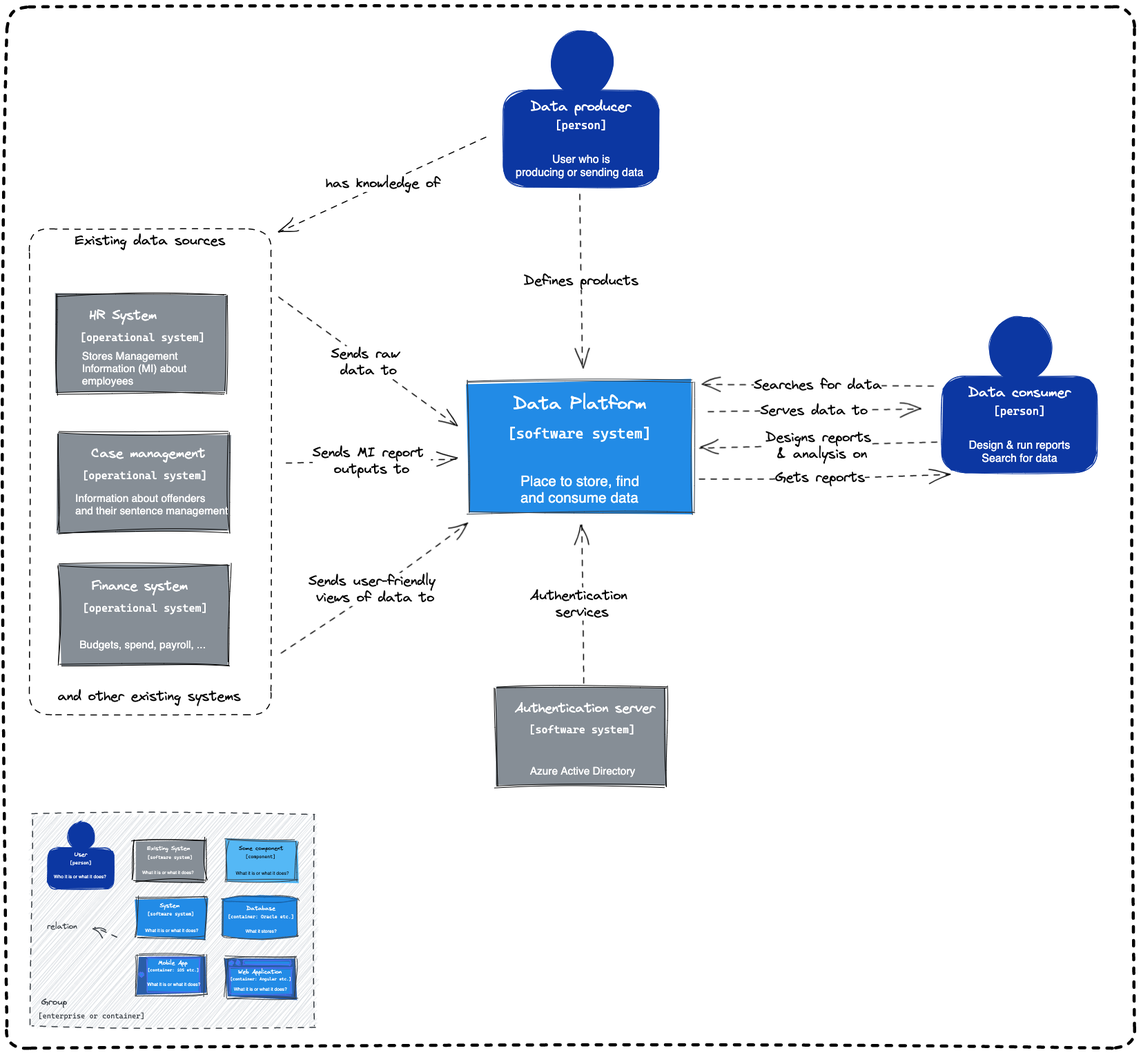
Earlier version of the Excalidraw export docs/source/documentation/diagrams/c4-model-level1.excalidraw.png (ministryofjustice/analytical-platform). Source tidied: one line per element, renumbered; positions are measured from the earlier drawing's top-left corner, leaving out a move shared by most shapes.
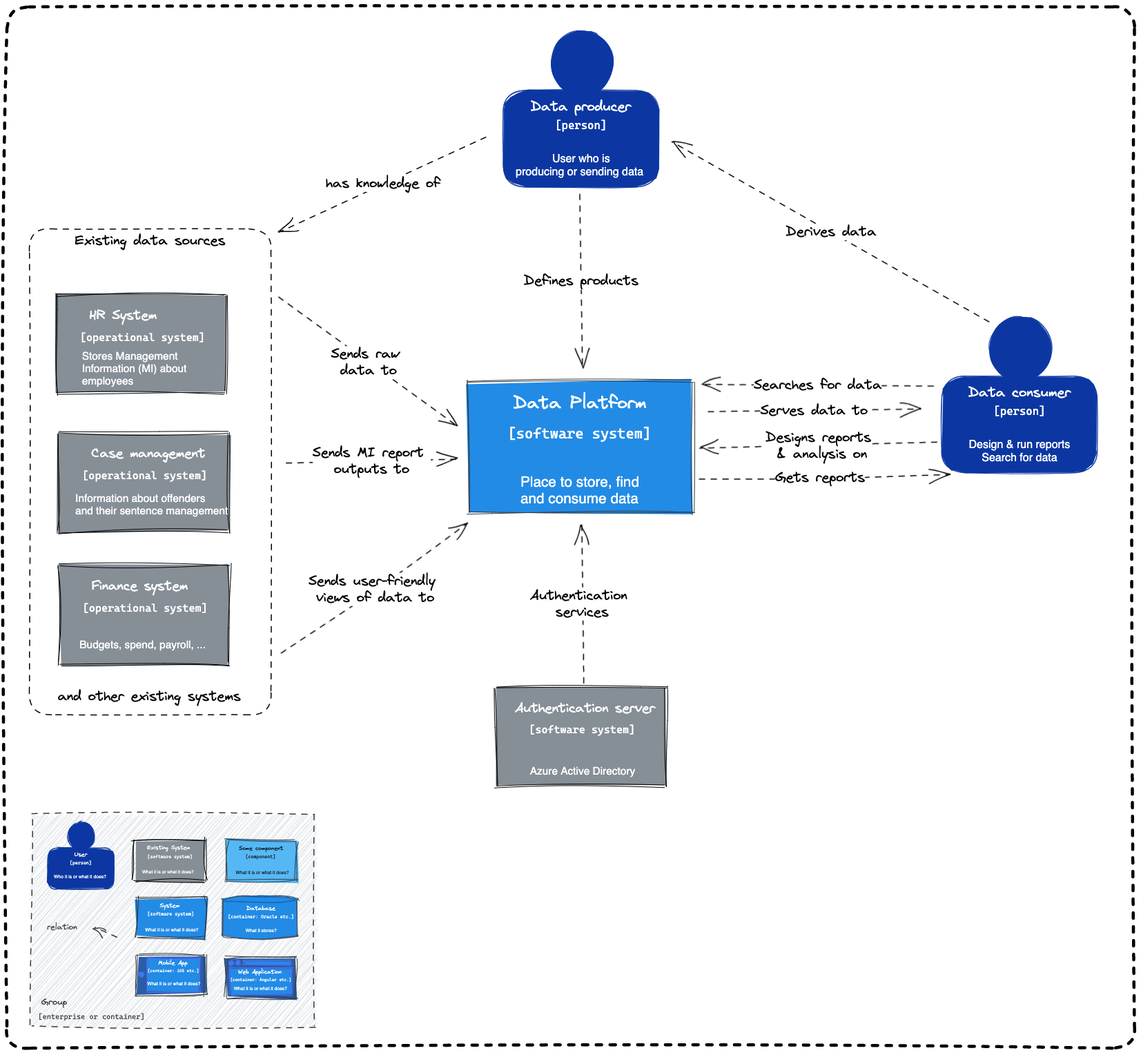
After the commit.

Commit message:
add derived data as a loop

Change to the diagram source:
```diff
@@ -94,3 +94,5 @@
 {"id": 93, "type": "text", "text": "Authentication server", "strokeColor": "#fff", "backgroundColor": "#55b8f5", "fillStyle": "solid", "strokeWidth": 1, "roughness": 1, "fontSize": 19.23, "fontFamily": 1, "x": 736, "y": 1005, "width": 203, "height": 23}
 {"id": 94, "type": "text", "text": "[software system]", "strokeColor": "#fff", "backgroundColor": "#55b8f5", "fillStyle": "solid", "strokeWidth": 1, "roughness": 1, "fontSize": 15.43, "fontFamily": 3, "textAlign": "center", "x": 756, "y": 1038, "width": 154, "height": 18}
 {"id": 95, "type": "text", "text": "Azure Active Directory", "strokeColor": "#fff", "backgroundColor": "#55b8f5", "fillStyle": "solid", "strokeWidth": 1, "roughness": 1, "fontSize": 15.43, "fontFamily": 2, "x": 758, "y": 1098, "width": 153, "height": 18}
+{"id": 96, "type": "arrow", "strokeColor": "#000000", "strokeWidth": 1, "strokeStyle": "dashed", "roughness": 1, "endArrowhead": "arrow", "round": true, "from": 87, "to": 53, "x": 1424, "y": 456, "width": 460, "height": 260, "points": [[0, 0], [-460, -260]]}
+{"id": 97, "type": "text", "text": "Derives data", "strokeColor": "#000000", "strokeWidth": 1, "strokeStyle": "dashed", "roughness": 1, "fontSize": 20, "fontFamily": 1, "textAlign": "center", "verticalAlign": "middle", "inside": 96, "x": 1128, "y": 314, "width": 131, "height": 24}
```
